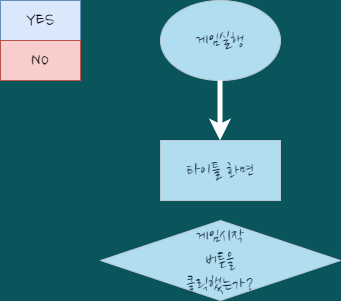
Earlier version of the draw.io export gameplay_flowchat.drawio.png (kinesis19/stac_project_SME). Source tidied: cells renumbered, new cells last; positions are measured from the earlier drawing's top-left corner, leaving out a move shared by most shapes.
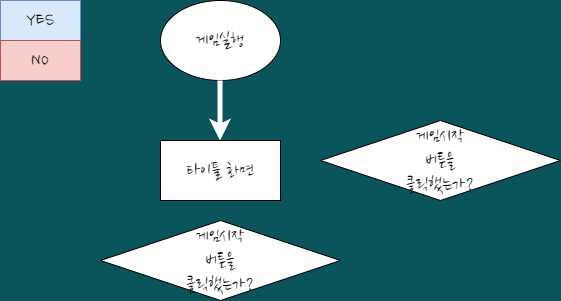
Above is the later version.

Diff of the diagram source:
```diff
@@ -2,7 +2,7 @@
   <root>
     <mxCell id="0" />
     <mxCell id="1" parent="0" />
-    <mxCell id="2" value="&lt;font style=&quot;font-size: 20px;&quot;&gt;게임실행&lt;/font&gt;" style="ellipse;whiteSpace=wrap;html=1;fillColor=#B1DDF0;strokeColor=#BAC8D3;fontColor=#182E3E;fontFamily=Nanum Brush Script;fontSource=https%3A%2F%2Ffonts.googleapis.com%2Fcss%3Ffamily%3DNanum%2BBrush%2BScript;fontSize=20;" parent="1" vertex="1">
+    <mxCell id="2" value="&lt;font style=&quot;font-size: 20px;&quot;&gt;게임실행&lt;/font&gt;" style="ellipse;whiteSpace=wrap;html=1;fontFamily=Nanum Brush Script;fontSource=https%3A%2F%2Ffonts.googleapis.com%2Fcss%3Ffamily%3DNanum%2BBrush%2BScript;fontSize=20;" parent="1" vertex="1">
       <mxGeometry x="160" width="120" height="80" as="geometry" />
     </mxCell>
     <mxCell id="3" value="YES" style="rounded=0;whiteSpace=wrap;html=1;sketch=0;fontSize=20;strokeColor=#6c8ebf;fillColor=#dae8fc;fontFamily=Nanum Brush Script;fontSource=https%3A%2F%2Ffonts.googleapis.com%2Fcss%3Ffamily%3DNanum%2BBrush%2BScript;" parent="1" vertex="1">
@@ -17,11 +17,14 @@
         <mxPoint x="219.5" y="140" as="targetPoint" />
       </mxGeometry>
     </mxCell>
-    <mxCell id="6" value="타이틀 화면" style="rounded=0;whiteSpace=wrap;html=1;sketch=0;fontFamily=Nanum Brush Script;fontSource=https%3A%2F%2Ffonts.googleapis.com%2Fcss%3Ffamily%3DNanum%2BBrush%2BScript;fontSize=20;fontColor=#182E3E;strokeColor=#BAC8D3;fillColor=#B1DDF0;" parent="1" vertex="1">
+    <mxCell id="6" value="타이틀 화면" style="rounded=0;whiteSpace=wrap;html=1;sketch=0;fontFamily=Nanum Brush Script;fontSource=https%3A%2F%2Ffonts.googleapis.com%2Fcss%3Ffamily%3DNanum%2BBrush%2BScript;fontSize=20;" parent="1" vertex="1">
       <mxGeometry x="160" y="140" width="120" height="60" as="geometry" />
     </mxCell>
-    <mxCell id="7" value="게임시작&lt;br&gt;버튼을&lt;br&gt;클릭했는가?" style="rhombus;whiteSpace=wrap;html=1;rounded=0;sketch=0;fontFamily=Nanum Brush Script;fontSource=https%3A%2F%2Ffonts.googleapis.com%2Fcss%3Ffamily%3DNanum%2BBrush%2BScript;fontSize=20;fontColor=#182E3E;strokeColor=#BAC8D3;fillColor=#B1DDF0;" parent="1" vertex="1">
+    <mxCell id="7" value="게임시작&lt;br&gt;버튼을&lt;br&gt;클릭했는가?" style="rhombus;whiteSpace=wrap;html=1;rounded=0;sketch=0;fontFamily=Nanum Brush Script;fontSource=https%3A%2F%2Ffonts.googleapis.com%2Fcss%3Ffamily%3DNanum%2BBrush%2BScript;fontSize=20;" parent="1" vertex="1">
       <mxGeometry x="100" y="220" width="240" height="80" as="geometry" />
     </mxCell>
+    <mxCell id="8" value="게임시작&lt;br&gt;버튼을&lt;br&gt;클릭했는가?" style="rhombus;whiteSpace=wrap;html=1;rounded=0;sketch=0;fontFamily=Nanum Brush Script;fontSource=https%3A%2F%2Ffonts.googleapis.com%2Fcss%3Ffamily%3DNanum%2BBrush%2BScript;fontSize=20;" parent="1" vertex="1">
+      <mxGeometry x="320" y="120" width="240" height="80" as="geometry" />
+    </mxCell>
   </root>
 </mxGraphModel>
```
